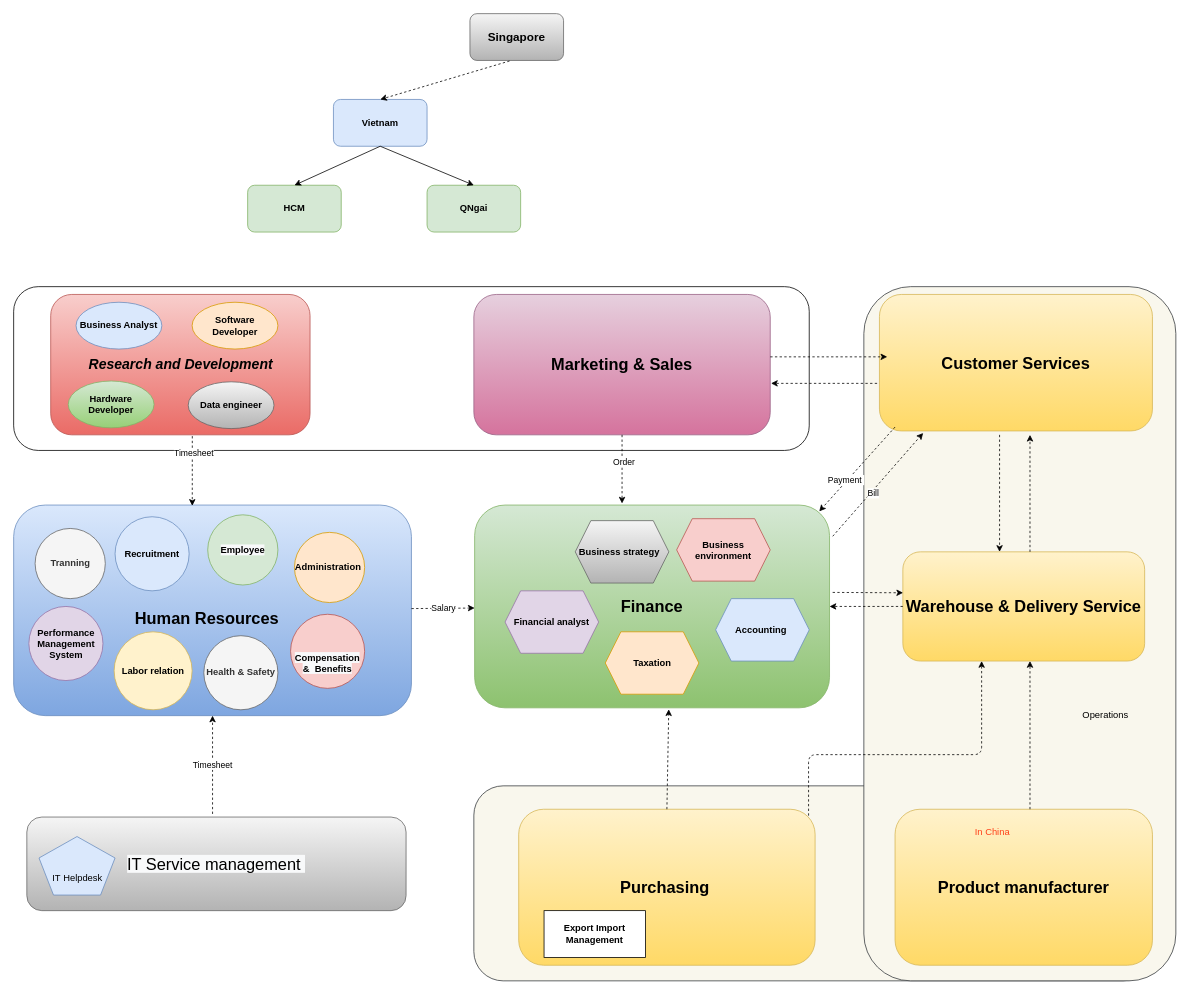
Above: page "Org_Chart" (1 of 11) of 04_docs/Department_Organizational_chart.drawio in letrthong/business (draw.io), before the change. Source tidied: cells renumbered, new cells numbered last; positions are measured from the earlier drawing's top-left corner, leaving out a move shared by most shapes. Both pictures are drawn from the tidied source at 78%, with x=0, y=0 at pixel (13, 13).
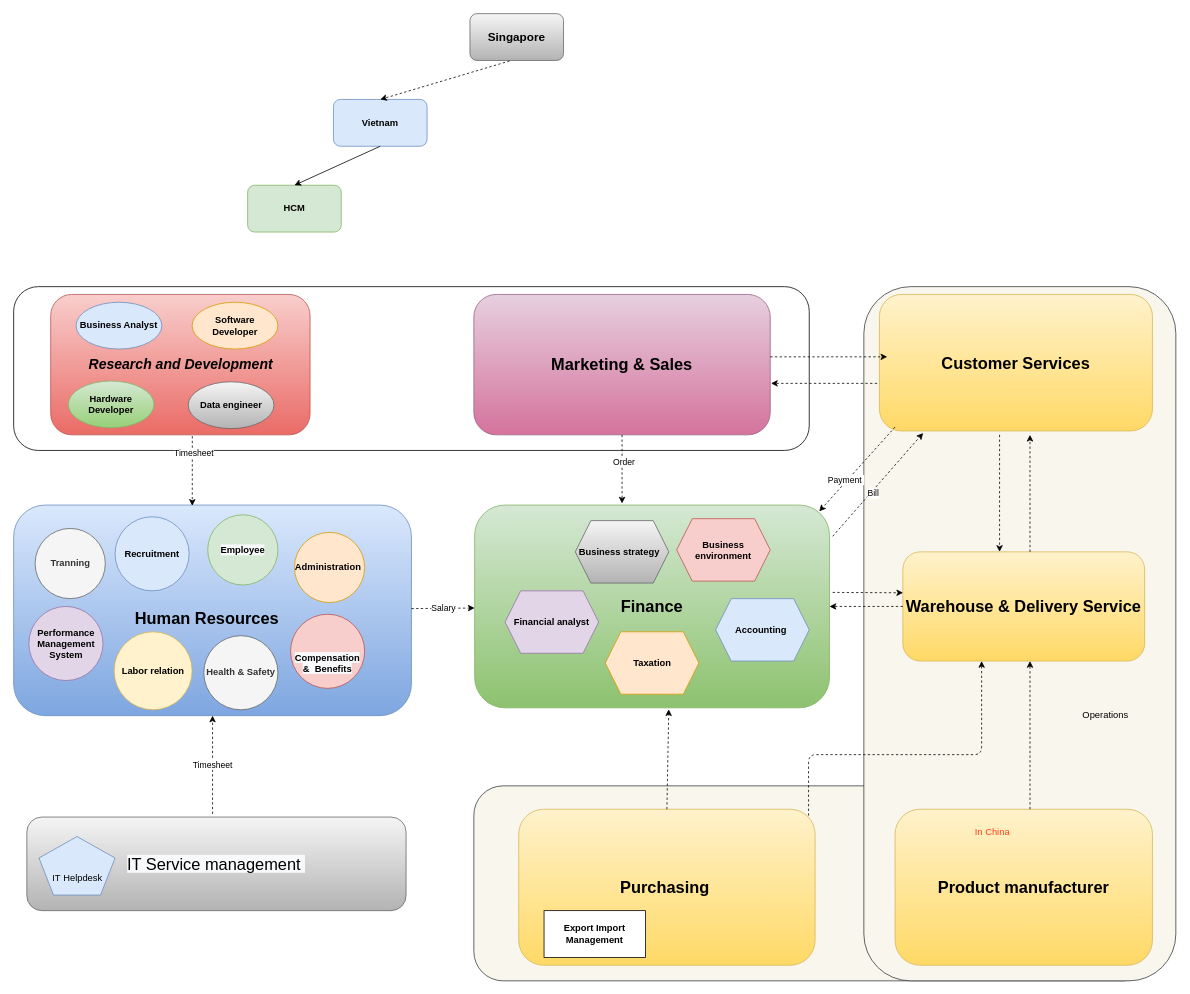
The same page after the edit.

Unchanged cells that the change refers to:
```xml
<mxCell id="14" value="&lt;b&gt;Vietnam&lt;/b&gt;" style="rounded=1;whiteSpace=wrap;html=1;fillColor=#dae8fc;strokeColor=#6c8ebf;" parent="1" vertex="1">
  <mxGeometry x="410" y="110" width="120" height="60" as="geometry" />
</mxCell>
```

The edit, as a diff of the source:
```diff
@@
-    <mxCell id="15" value="&lt;b&gt;QNgai&lt;/b&gt;" style="rounded=1;whiteSpace=wrap;html=1;fillColor=#d5e8d4;strokeColor=#82b366;" parent="1" vertex="1">
-      <mxGeometry x="530" y="220" width="120" height="60" as="geometry" />
-    </mxCell>
@@
-    <mxCell id="18" style="endArrow=classic;html=1;exitX=0.5;exitY=1;exitDx=0;exitDy=0;entryX=0.5;entryY=0;entryDx=0;entryDy=0;" parent="1" edge="1" source="14" target="15">
-      <mxGeometry relative="1" as="geometry" />
-    </mxCell>
```
